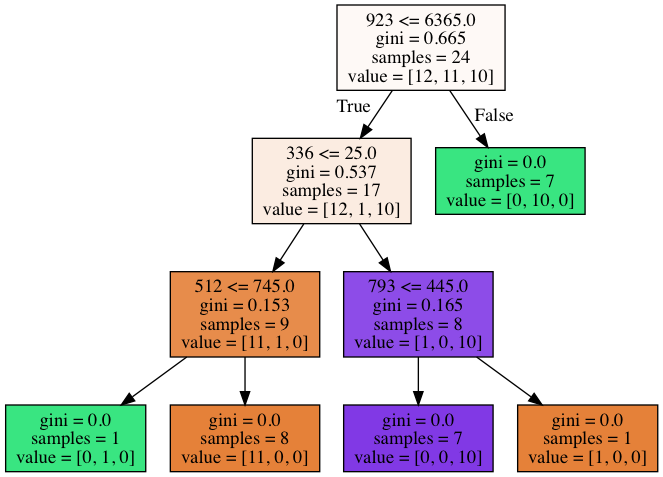
Before: analysis/ec2/1_outputs/rf_trees/tree_2.png, a diagram exported from Graphviz (swkang73/ecig). Its source is kept beside it as analysis/ec2/1_outputs/rf_trees/tree_2.dot.
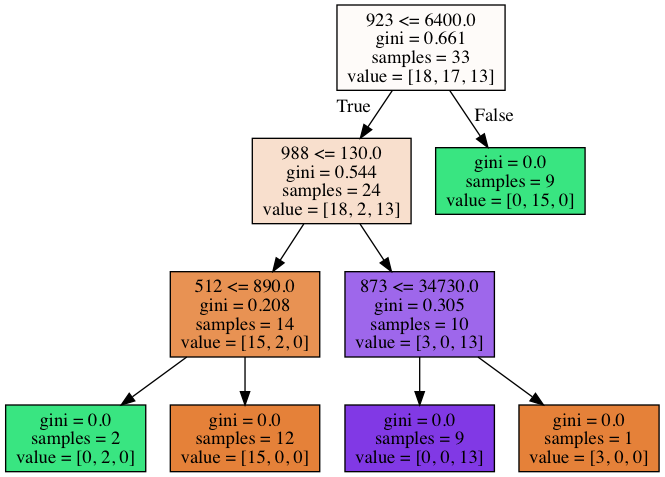
The same diagram one commit later.

The edit, as a diff of the source:
```diff
@@ -1,20 +1,20 @@
 digraph Tree {
 node [shape=box, style="filled", color="black"] ;
-0 [label="923 <= 6365.0\ngini = 0.665\nsamples = 24\nvalue = [12, 11, 10]", fillcolor="#e581390c"] ;
-1 [label="336 <= 25.0\ngini = 0.537\nsamples = 17\nvalue = [12, 1, 10]", fillcolor="#e5813927"] ;
+0 [label="923 <= 6400.0\ngini = 0.661\nsamples = 33\nvalue = [18, 17, 13]", fillcolor="#e5813908"] ;
+1 [label="988 <= 130.0\ngini = 0.544\nsamples = 24\nvalue = [18, 2, 13]", fillcolor="#e5813940"] ;
 0 -> 1 [labeldistance=2.5, labelangle=45, headlabel="True"] ;
-2 [label="512 <= 745.0\ngini = 0.153\nsamples = 9\nvalue = [11, 1, 0]", fillcolor="#e58139e8"] ;
+2 [label="512 <= 890.0\ngini = 0.208\nsamples = 14\nvalue = [15, 2, 0]", fillcolor="#e58139dd"] ;
 1 -> 2 ;
-3 [label="gini = 0.0\nsamples = 1\nvalue = [0, 1, 0]", fillcolor="#39e581ff"] ;
+3 [label="gini = 0.0\nsamples = 2\nvalue = [0, 2, 0]", fillcolor="#39e581ff"] ;
 2 -> 3 ;
-4 [label="gini = 0.0\nsamples = 8\nvalue = [11, 0, 0]", fillcolor="#e58139ff"] ;
+4 [label="gini = 0.0\nsamples = 12\nvalue = [15, 0, 0]", fillcolor="#e58139ff"] ;
 2 -> 4 ;
-5 [label="793 <= 445.0\ngini = 0.165\nsamples = 8\nvalue = [1, 0, 10]", fillcolor="#8139e5e6"] ;
+5 [label="873 <= 34730.0\ngini = 0.305\nsamples = 10\nvalue = [3, 0, 13]", fillcolor="#8139e5c4"] ;
 1 -> 5 ;
-6 [label="gini = 0.0\nsamples = 7\nvalue = [0, 0, 10]", fillcolor="#8139e5ff"] ;
+6 [label="gini = 0.0\nsamples = 9\nvalue = [0, 0, 13]", fillcolor="#8139e5ff"] ;
 5 -> 6 ;
-7 [label="gini = 0.0\nsamples = 1\nvalue = [1, 0, 0]", fillcolor="#e58139ff"] ;
+7 [label="gini = 0.0\nsamples = 1\nvalue = [3, 0, 0]", fillcolor="#e58139ff"] ;
 5 -> 7 ;
-8 [label="gini = 0.0\nsamples = 7\nvalue = [0, 10, 0]", fillcolor="#39e581ff"] ;
+8 [label="gini = 0.0\nsamples = 9\nvalue = [0, 15, 0]", fillcolor="#39e581ff"] ;
 0 -> 8 [labeldistance=2.5, labelangle=-45, headlabel="False"] ;
 }
```
